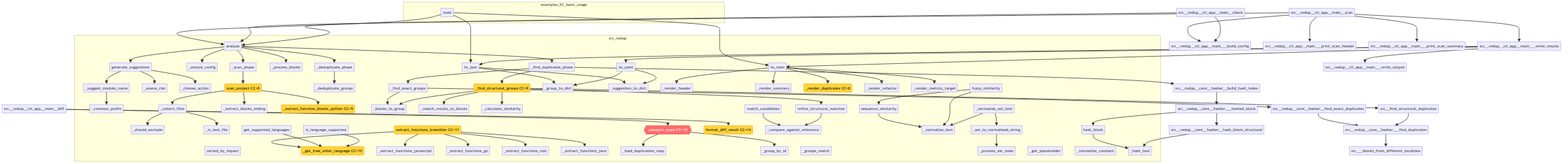
This is project/flow.png from semcod/redup, a Mermaid export, as it was before one commit. Its source is kept beside it as project/flow.mmd.
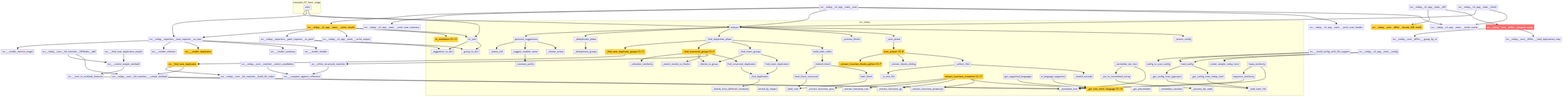
After the commit.

Diff of the diagram source:
```diff
@@ -3,6 +3,12 @@
         examples__01_basic_usage__main["main"]
     end
     subgraph src_redup
+        src__redup__core__config___load_toml_file["_load_toml_file"]
+        src___get_config_from_pyproject["_get_config_from_pyproject"]
+        src___get_config_from_redup_toml["_get_config_from_redup_toml"]
+        src__redup__core__config__load_config["load_config"]
+        src__redup__core__config__config_to_scan_config["config_to_scan_config"]
+        src__redup__core__config__create_sample_redup_toml["create_sample_redup_toml"]
         src__redup__core__planner___common_prefix["_common_prefix"]
         src__redup__core__planner___suggest_module_name["_suggest_module_name"]
         src__redup__core__planner___assess_risk["_assess_risk"]
@@ -27,6 +33,7 @@
         src__redup__core__pipeline___deduplicate_phase["_deduplicate_phase"]
         src___match_results_to_blocks["_match_results_to_blocks"]
         src__redup__core__pipeline___calculate_similarity["_calculate_similarity"]
+        src___find_near_duplicate_groups("_find_near_duplicate_groups CC=11")
         src___get_tree_sitter_language("_get_tree_sitter_language CC=10")
         src___extract_functions_javascript["_extract_functions_javascript"]
         src___extract_functions_go["_extract_functions_go"]
@@ -35,26 +42,6 @@
         src__extract_functions_treesitter("extract_functions_treesitter CC=11")
         src__get_supported_languages["get_supported_languages"]
         src__is_language_supported["is_language_supported"]
-        src___group_to_dict["_group_to_dict"]
-        src___suggestion_to_dict["_suggestion_to_dict"]
-        src__redup__reporters__json_reporter__to_json["to_json"]
-        src___render_header["_render_header"]
-        src___render_summary["_render_summary"]
-        src___render_duplicates("_render_duplicates CC=8")
-        src___render_refactor["_render_refactor"]
-        src___render_metrics_target["_render_metrics_target"]
-        src__redup__reporters__toon_reporter__to_toon["to_toon"]
-        src__redup__reporters__yaml_reporter__to_yaml["to_yaml"]
-        src__redup__core__differ___load_duplication_map["_load_duplication_map"]
-        src__redup__core__differ___group_by_id["_group_by_id"]
-        src__redup__core__differ___groups_match["_groups_match"]
-        src__redup__core__differ__compare_scans{{compare_scans CC=18}}
-        src__redup__core__differ__format_diff_result("format_diff_result CC=14")
-        src__redup__core__matcher__sequence_similarity["sequence_similarity"]
-        src__redup__core__matcher__fuzzy_similarity["fuzzy_similarity"]
-        src___compare_against_reference["_compare_against_reference"]
-        src__redup__core__matcher__match_candidates["match_candidates"]
-        src__refine_structural_matches["refine_structural_matches"]
         src__redup__core__hasher___normalize_text["_normalize_text"]
         src__redup__core__hasher___normalize_ast_text["_normalize_ast_text"]
         src___ast_to_normalized_string["_ast_to_normalized_string"]
@@ -63,10 +50,27 @@
         src__redup__core__hasher___normalize_constant["_normalize_constant"]
         src__redup__core__hasher___hash_text["_hash_text"]
         src__redup__core__hasher__hash_block["hash_block"]
+        src__redup__core__hasher__hash_block_structural["hash_block_structural"]
+        src__redup__core__hasher___hashed_block["_hashed_block"]
+        src__redup__core__hasher__build_hash_index["build_hash_index"]
+        src__redup__core__hasher___find_duplicates["_find_duplicates"]
+        src__redup__core__hasher__find_exact_duplicates["find_exact_duplicates"]
+        src__find_structural_duplicates["find_structural_duplicates"]
+        src___blocks_from_different_locations["_blocks_from_different_locations"]
+        src__to_markdown("to_markdown CC=12")
+        src___group_to_dict["_group_to_dict"]
+        src___suggestion_to_dict["_suggestion_to_dict"]
+        src__redup__reporters__json_reporter__to_json["to_json"]
+        src__redup__core__matcher__sequence_similarity["sequence_similarity"]
+        src__redup__core__matcher__fuzzy_similarity["fuzzy_similarity"]
     end
     examples__01_basic_usage__main --> src__redup__core__pipeline__analyze
     examples__01_basic_usage__main --> src__redup__reporters__toon_reporter__to_toon
     examples__01_basic_usage__main --> src__redup__reporters__json_reporter__to_json
+    src___get_config_from_pyproject --> src__redup__core__config___load_toml_file
+    src___get_config_from_redup_toml --> src__redup__core__config___load_toml_file
+    src__redup__core__config__load_config --> src___get_config_from_redup_toml
+    src__redup__core__config__load_config --> src___get_config_from_pyproject
     src__redup__core__planner___suggest_module_name --> src__redup__core__planner___common_prefix
     src__redup__core__planner__generate_suggestions --> src__redup__core__planner___choose_action
     src__redup__core__planner__generate_suggestions --> src__redup__core__planner___suggest_module_name
@@ -86,6 +90,7 @@
     src__redup__core__pipeline___find_duplicates_phase --> src__redup__core__hasher__build_hash_index
     src__redup__core__pipeline___find_duplicates_phase --> src__redup__core__pipeline___find_exact_groups
     src__redup__core__pipeline___find_duplicates_phase --> src___find_structural_groups
+    src__redup__core__pipeline___find_duplicates_phase --> src___find_near_duplicate_groups
     src__redup__core__pipeline___find_exact_groups --> src__redup__core__hasher__find_exact_duplicates
     src__redup__core__pipeline___find_exact_groups --> src__redup__core__pipeline___blocks_to_group
     src___find_structural_groups --> src__find_structural_duplicates
@@ -94,6 +99,7 @@
     src___find_structural_groups --> src__redup__core__pipeline___blocks_to_group
     src___find_structural_groups --> src__redup__core__pipeline___calculate_similarity
     src__redup__core__pipeline___deduplicate_phase --> src__redup__core__pipeline___deduplicate_groups
+    src___find_near_duplicate_groups --> src__find_near_duplicates
     src__extract_functions_treesitter --> src___get_tree_sitter_language
     src__extract_functions_treesitter --> src___extract_functions_javascript
     src__extract_functions_treesitter --> src___extract_functions_go
@@ -101,22 +107,6 @@
     src__extract_functions_treesitter --> src___extract_functions_java
     src__get_supported_languages --> src___get_tree_sitter_language
     src__is_language_supported --> src___get_tree_sitter_language
-    src__redup__reporters__json_reporter__to_json --> src___group_to_dict
-    src__redup__reporters__json_reporter__to_json --> src___suggestion_to_dict
-    src__redup__reporters__toon_reporter__to_toon --> src___render_header
-    src__redup__reporters__toon_reporter__to_toon --> src___render_summary
-    src__redup__reporters__toon_reporter__to_toon --> src___render_duplicates
-    src__redup__reporters__toon_reporter__to_toon --> src___render_refactor
-    src__redup__reporters__toon_reporter__to_toon --> src___render_metrics_target
-    src__redup__reporters__yaml_reporter__to_yaml --> src___group_to_dict
-    src__redup__reporters__yaml_reporter__to_yaml --> src___suggestion_to_dict
-    src__redup__core__differ__compare_scans --> src__redup__core__differ___load_duplication_map
-    src__redup__core__differ__compare_scans --> src__redup__core__differ___group_by_id
-    src__redup__core__matcher__sequence_similarity --> src__redup__core__hasher___normalize_text
-    src__redup__core__matcher__fuzzy_similarity --> src__redup__core__hasher___normalize_text
-    src__redup__core__matcher__fuzzy_similarity --> src__redup__core__matcher__sequence_similarity
-    src__redup__core__matcher__match_candidates --> src___compare_against_reference
-    src__refine_structural_matches --> src___compare_against_reference
     src__redup__core__hasher___normalize_ast_text --> src__redup__core__hasher___normalize_text
     src__redup__core__hasher___normalize_ast_text --> src___ast_to_normalized_string
     src___ast_to_normalized_string --> src__redup__core__hasher___process_ast_node
@@ -128,10 +118,37 @@
     src__redup__core__hasher___find_duplicates --> src___blocks_from_different_locations
     src__redup__core__hasher__find_exact_duplicates --> src__redup__core__hasher___find_duplicates
     src__find_structural_duplicates --> src__redup__core__hasher___find_duplicates
+    src__redup__reporters__json_reporter__to_json --> src___group_to_dict
+    src__redup__reporters__json_reporter__to_json --> src___suggestion_to_dict
+    src__redup__core__matcher__sequence_similarity --> src__redup__core__hasher___normalize_text
+    src__redup__core__matcher__fuzzy_similarity --> src__redup__core__hasher___normalize_text
+    src__redup__core__matcher__fuzzy_similarity --> src__redup__core__matcher__sequence_similarity
+    src__redup__core__matcher__match_candidates --> src___compare_against_reference
+    src__refine_structural_matches --> src___compare_against_reference
+    src__redup__reporters__yaml_reporter__to_yaml --> src___group_to_dict
+    src__redup__reporters__yaml_reporter__to_yaml --> src___suggestion_to_dict
+    src__redup__core__lsh_matcher___create_minhash --> src__redup__core__hasher___normalize_text
+    src___text_to_minhash_features --> src__redup__core__hasher___normalize_text
+    src___create_simple_minhash --> src___text_to_minhash_features
+    src__redup__core__lsh_matcher__LSHIndex__add --> src__redup__core__lsh_matcher___create_minhash
+    src__redup__core__lsh_matcher__LSHIndex__add --> src___create_simple_minhash
+    src__find_near_duplicates --> src__redup__core__lsh_matcher___create_minhash
+    src___find_near_duplicates_simple --> src___create_simple_minhash
+    src__find_near_duplicates --> src__redup__core__lsh_matcher__build_lsh_index
+    src__redup__core__differ__compare_scans --> src__redup__core__differ___load_duplication_map
+    src__redup__core__differ__compare_scans --> src__redup__core__differ___group_by_id
+    src__redup__reporters__toon_reporter__to_toon --> src___render_header
+    src__redup__reporters__toon_reporter__to_toon --> src___render_summary
+    src__redup__reporters__toon_reporter__to_toon --> src___render_duplicates
+    src__redup__reporters__toon_reporter__to_toon --> src___render_refactor
+    src__redup__reporters__toon_reporter__to_toon --> src___render_metrics_target
+    src___build_config_with_file_support --> src__redup__core__config__load_config
+    src___build_config_with_file_support --> src__redup__core__config__config_to_scan_config
     src__redup__cli_app__main___write_results --> src__redup__cli_app__main___write_output
     src__redup__cli_app__main___write_results --> src__redup__reporters__json_reporter__to_json
     src__redup__cli_app__main___write_results --> src__redup__reporters__yaml_reporter__to_yaml
     src__redup__cli_app__main___write_results --> src__redup__reporters__toon_reporter__to_toon
+    src__redup__cli_app__main___write_results --> src__to_markdown
     src__redup__cli_app__main__scan --> src__redup__cli_app__main___build_config
     src__redup__cli_app__main__scan --> src__redup__cli_app__main___print_scan_header
     src__redup__cli_app__main__scan --> src__redup__core__pipeline__analyze
@@ -141,8 +158,10 @@
     src__redup__cli_app__main__diff --> src__redup__core__differ__format_diff_result
     src__redup__cli_app__main__check --> src__redup__cli_app__main___build_config
     src__redup__cli_app__main__check --> src__redup__core__pipeline__analyze
+    src__redup__cli_app__main__config --> src__redup__core__config__create_sample_redup_toml
+    src__redup__cli_app__main__config --> src__redup__core__config__load_config
 
     classDef highCC fill:#ff6b6b,stroke:#c92a2a,color:#fff
     classDef medCC fill:#ffd43b,stroke:#f08c00,color:#000
     class src__redup__core__differ__compare_scans highCC
-    class src___extract_function_blocks_python,src__redup__core__scanner__scan_project,src___find_structural_groups,src___get_tree_sitter_language,src__extract_functions_treesitter,src___render_duplicates,src__redup__core__differ__format_diff_result medCC
+    class src___extract_function_blocks_python,src__redup__core__scanner__scan_project,src___find_structural_groups,src___find_near_duplicate_groups,src___get_tree_sitter_language,src__extract_functions_treesitter,src__to_markdown,src__find_near_duplicates,src__find_all_near_duplicates,src__redup__core__differ__format_diff_result,src___render_duplicates,src__redup__cli_app__main___write_results medCC
```
